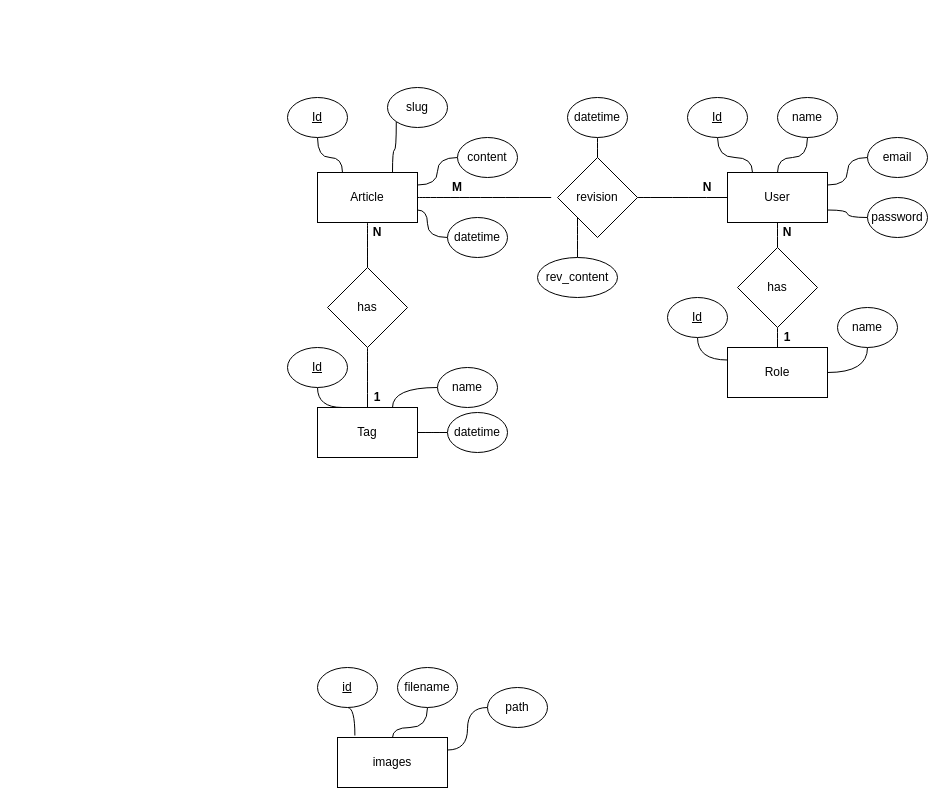
This is Untitled Diagram.drawio from vaighir/-CMS-WIKI-FI9E, a draw.io file, before an edit. Source tidied: cells renumbered, new cells numbered last; positions are measured from the earlier drawing's top-left corner, leaving out a move shared by most shapes. Both pictures are drawn from the tidied source at 100%, with x=0, y=0 at pixel (287, 87).
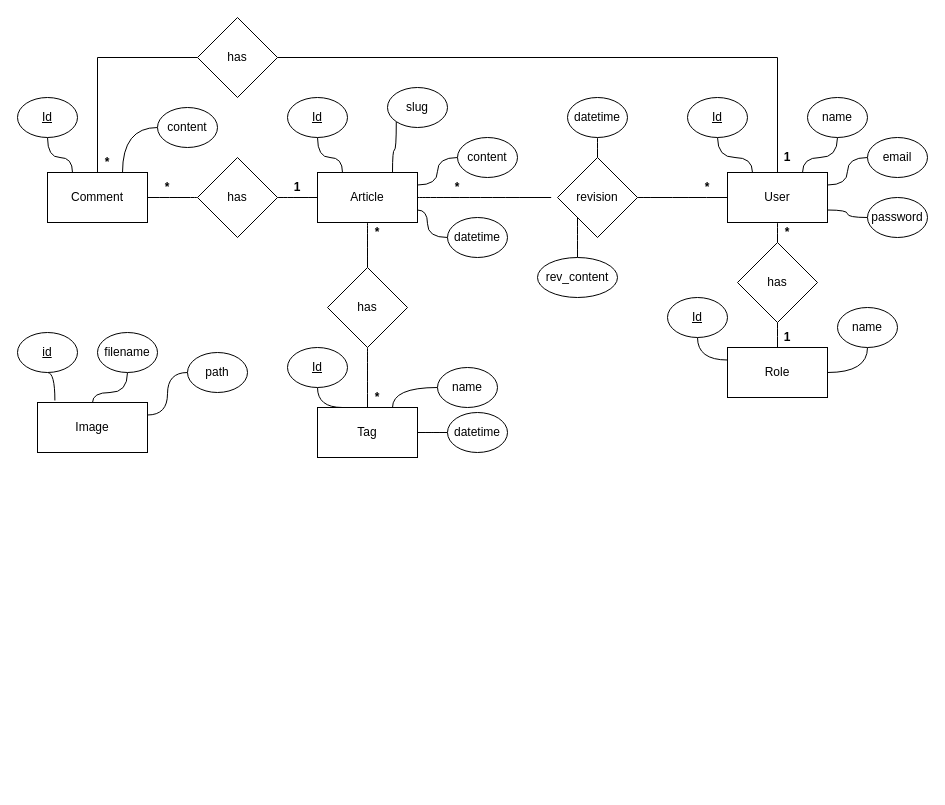
After the change.

Unchanged cells that the change refers to:
```xml
<mxCell id="7" value="Article" style="rounded=0;whiteSpace=wrap;html=1;" parent="1" vertex="1">
  <mxGeometry x="30" y="85" width="100" height="50" as="geometry" />
</mxCell>
<mxCell id="14" value="User" style="rounded=0;whiteSpace=wrap;html=1;" parent="1" vertex="1">
  <mxGeometry x="440" y="85" width="100" height="50" as="geometry" />
</mxCell>
```

The edit, as a diff of the source:
```diff
@@
-    <mxCell id="17" style="edgeStyle=orthogonalEdgeStyle;curved=1;jettySize=auto;html=1;exitX=0.5;exitY=1;exitDx=0;exitDy=0;entryX=0.5;entryY=0;entryDx=0;entryDy=0;endArrow=none;endFill=0;" parent="1" edge="1" source="18" target="14">
+    <mxCell id="17" style="edgeStyle=orthogonalEdgeStyle;rounded=0;jettySize=auto;html=1;entryX=0.75;entryY=0;entryDx=0;entryDy=0;endArrow=none;endFill=0;curved=1;" parent="1" edge="1" source="18" target="14">
       <mxGeometry relative="1" as="geometry" />
     </mxCell>
     <mxCell id="18" value="name" style="ellipse;whiteSpace=wrap;html=1;" parent="1" vertex="1">
-      <mxGeometry x="490" y="10" width="60" height="40" as="geometry" />
+      <mxGeometry x="520" y="10" width="60" height="40" as="geometry" />
     </mxCell>
@@
-    <mxCell id="23" value="images" style="rounded=0;whiteSpace=wrap;html=1;" parent="1" vertex="1">
-      <mxGeometry x="50" y="650" width="110" height="50" as="geometry" />
+    <mxCell id="23" value="Image" style="rounded=0;whiteSpace=wrap;html=1;" parent="1" vertex="1">
+      <mxGeometry x="-250" y="315" width="110" height="50" as="geometry" />
     </mxCell>
@@
     <mxCell id="29" value="&lt;u&gt;id&lt;/u&gt;" style="ellipse;whiteSpace=wrap;html=1;" parent="1" vertex="1">
-      <mxGeometry x="30" y="580" width="60" height="40" as="geometry" />
+      <mxGeometry x="-270" y="245" width="60" height="40" as="geometry" />
     </mxCell>
@@
     <mxCell id="31" value="filename" style="ellipse;whiteSpace=wrap;html=1;" parent="1" vertex="1">
-      <mxGeometry x="110" y="580" width="60" height="40" as="geometry" />
+      <mxGeometry x="-190" y="245" width="60" height="40" as="geometry" />
     </mxCell>
@@
     <mxCell id="33" value="path" style="ellipse;whiteSpace=wrap;html=1;" parent="1" vertex="1">
-      <mxGeometry x="200" y="600" width="60" height="40" as="geometry" />
+      <mxGeometry x="-100" y="265" width="60" height="40" as="geometry" />
     </mxCell>
-    <mxCell id="34" value="&lt;b&gt;N&lt;/b&gt;" style="text;html=1;strokeColor=none;fillColor=none;align=center;verticalAlign=middle;whiteSpace=wrap;rounded=0;" parent="1" vertex="1">
+    <mxCell id="34" value="&lt;b&gt;*&lt;/b&gt;" style="text;html=1;strokeColor=none;fillColor=none;align=center;verticalAlign=middle;whiteSpace=wrap;rounded=0;" parent="1" vertex="1">
       <mxGeometry x="400" y="90" width="40" height="20" as="geometry" />
     </mxCell>
-    <mxCell id="35" value="&lt;b&gt;M&lt;br&gt;&lt;/b&gt;" style="text;html=1;strokeColor=none;fillColor=none;align=center;verticalAlign=middle;whiteSpace=wrap;rounded=0;" parent="1" vertex="1">
+    <mxCell id="35" value="&lt;b&gt;*&lt;br&gt;&lt;/b&gt;" style="text;html=1;strokeColor=none;fillColor=none;align=center;verticalAlign=middle;whiteSpace=wrap;rounded=0;" parent="1" vertex="1">
       <mxGeometry x="150" y="90" width="40" height="20" as="geometry" />
     </mxCell>
@@
     <mxCell id="42" value="has" style="rhombus;whiteSpace=wrap;html=1;" parent="1" vertex="1">
-      <mxGeometry x="450" y="160" width="80" height="80" as="geometry" />
+      <mxGeometry x="450" y="155" width="80" height="80" as="geometry" />
     </mxCell>
@@
-    <mxCell id="44" value="&lt;b&gt;N&lt;/b&gt;" style="text;html=1;strokeColor=none;fillColor=none;align=center;verticalAlign=middle;whiteSpace=wrap;rounded=0;" parent="1" vertex="1">
+    <mxCell id="44" value="&lt;b&gt;*&lt;/b&gt;" style="text;html=1;strokeColor=none;fillColor=none;align=center;verticalAlign=middle;whiteSpace=wrap;rounded=0;" parent="1" vertex="1">
       <mxGeometry x="480" y="135" width="40" height="20" as="geometry" />
     </mxCell>
@@
-    <mxCell id="56" value="&lt;b&gt;N&lt;br&gt;&lt;/b&gt;" style="text;html=1;strokeColor=none;fillColor=none;align=center;verticalAlign=middle;whiteSpace=wrap;rounded=0;" parent="1" vertex="1">
+    <mxCell id="56" value="&lt;b&gt;*&lt;br&gt;&lt;/b&gt;" style="text;html=1;strokeColor=none;fillColor=none;align=center;verticalAlign=middle;whiteSpace=wrap;rounded=0;" parent="1" vertex="1">
       <mxGeometry x="70" y="135" width="40" height="20" as="geometry" />
     </mxCell>
-    <mxCell id="57" value="&lt;b&gt;1&lt;/b&gt;" style="text;html=1;strokeColor=none;fillColor=none;align=center;verticalAlign=middle;whiteSpace=wrap;rounded=0;" parent="1" vertex="1">
+    <mxCell id="57" value="&lt;b&gt;*&lt;/b&gt;" style="text;html=1;strokeColor=none;fillColor=none;align=center;verticalAlign=middle;whiteSpace=wrap;rounded=0;" parent="1" vertex="1">
       <mxGeometry x="70" y="300" width="40" height="20" as="geometry" />
     </mxCell>
+    <mxCell id="58" value="Comment" style="rounded=0;whiteSpace=wrap;html=1;" parent="1" vertex="1">
+      <mxGeometry x="-240" y="85" width="100" height="50" as="geometry" />
+    </mxCell>
+    <mxCell id="59" style="edgeStyle=orthogonalEdgeStyle;curved=1;rounded=0;jettySize=auto;html=1;entryX=0.25;entryY=0;entryDx=0;entryDy=0;endArrow=none;endFill=0;" parent="1" edge="1" source="60" target="58">
+      <mxGeometry relative="1" as="geometry" />
+    </mxCell>
+    <mxCell id="60" value="&lt;u&gt;Id&lt;/u&gt;" style="ellipse;whiteSpace=wrap;html=1;" parent="1" vertex="1">
+      <mxGeometry x="-270" y="10" width="60" height="40" as="geometry" />
+    </mxCell>
+    <mxCell id="61" style="edgeStyle=orthogonalEdgeStyle;curved=1;rounded=0;jettySize=auto;html=1;entryX=0;entryY=0.5;entryDx=0;entryDy=0;endArrow=none;endFill=0;" parent="1" edge="1" source="63" target="7">
+      <mxGeometry relative="1" as="geometry" />
+    </mxCell>
+    <mxCell id="62" style="edgeStyle=orthogonalEdgeStyle;curved=1;rounded=0;jettySize=auto;html=1;exitX=0;exitY=0.5;exitDx=0;exitDy=0;entryX=1;entryY=0.5;entryDx=0;entryDy=0;endArrow=none;endFill=0;" parent="1" edge="1" source="63" target="58">
+      <mxGeometry relative="1" as="geometry" />
+    </mxCell>
+    <mxCell id="63" value="has" style="rhombus;whiteSpace=wrap;html=1;" parent="1" vertex="1">
+      <mxGeometry x="-90" y="70" width="80" height="80" as="geometry" />
+    </mxCell>
+    <mxCell id="64" value="&lt;b&gt;1&lt;br&gt;&lt;/b&gt;" style="text;html=1;strokeColor=none;fillColor=none;align=center;verticalAlign=middle;whiteSpace=wrap;rounded=0;" parent="1" vertex="1">
+      <mxGeometry x="-10" y="90" width="40" height="20" as="geometry" />
+    </mxCell>
+    <mxCell id="65" value="&lt;b&gt;*&lt;br&gt;&lt;/b&gt;" style="text;html=1;strokeColor=none;fillColor=none;align=center;verticalAlign=middle;whiteSpace=wrap;rounded=0;" parent="1" vertex="1">
+      <mxGeometry x="-140" y="90" width="40" height="20" as="geometry" />
+    </mxCell>
+    <mxCell id="66" style="edgeStyle=orthogonalEdgeStyle;curved=1;rounded=0;jettySize=auto;html=1;entryX=0.75;entryY=0;entryDx=0;entryDy=0;endArrow=none;endFill=0;" parent="1" edge="1" source="67" target="58">
+      <mxGeometry relative="1" as="geometry" />
+    </mxCell>
+    <mxCell id="67" value="content" style="ellipse;whiteSpace=wrap;html=1;" parent="1" vertex="1">
+      <mxGeometry x="-130" y="20" width="60" height="40" as="geometry" />
+    </mxCell>
+    <mxCell id="68" style="edgeStyle=orthogonalEdgeStyle;rounded=0;jettySize=auto;html=1;entryX=0.5;entryY=0;entryDx=0;entryDy=0;endArrow=none;endFill=0;" parent="1" edge="1" source="70" target="58">
+      <mxGeometry relative="1" as="geometry" />
+    </mxCell>
+    <mxCell id="69" style="edgeStyle=orthogonalEdgeStyle;rounded=0;jettySize=auto;html=1;exitX=1;exitY=0.5;exitDx=0;exitDy=0;entryX=0.5;entryY=0;entryDx=0;entryDy=0;endArrow=none;endFill=0;" parent="1" edge="1" source="70" target="14">
+      <mxGeometry relative="1" as="geometry" />
+    </mxCell>
+    <mxCell id="70" value="has" style="rhombus;whiteSpace=wrap;html=1;" parent="1" vertex="1">
+      <mxGeometry x="-90" y="-70" width="80" height="80" as="geometry" />
+    </mxCell>
+    <mxCell id="71" value="&lt;b&gt;*&lt;br&gt;&lt;/b&gt;" style="text;html=1;strokeColor=none;fillColor=none;align=center;verticalAlign=middle;whiteSpace=wrap;rounded=0;" parent="1" vertex="1">
+      <mxGeometry x="-200" y="65" width="40" height="20" as="geometry" />
+    </mxCell>
+    <mxCell id="72" value="&lt;b&gt;1&lt;br&gt;&lt;/b&gt;" style="text;html=1;strokeColor=none;fillColor=none;align=center;verticalAlign=middle;whiteSpace=wrap;rounded=0;" parent="1" vertex="1">
+      <mxGeometry x="480" y="60" width="40" height="20" as="geometry" />
+    </mxCell>
```
